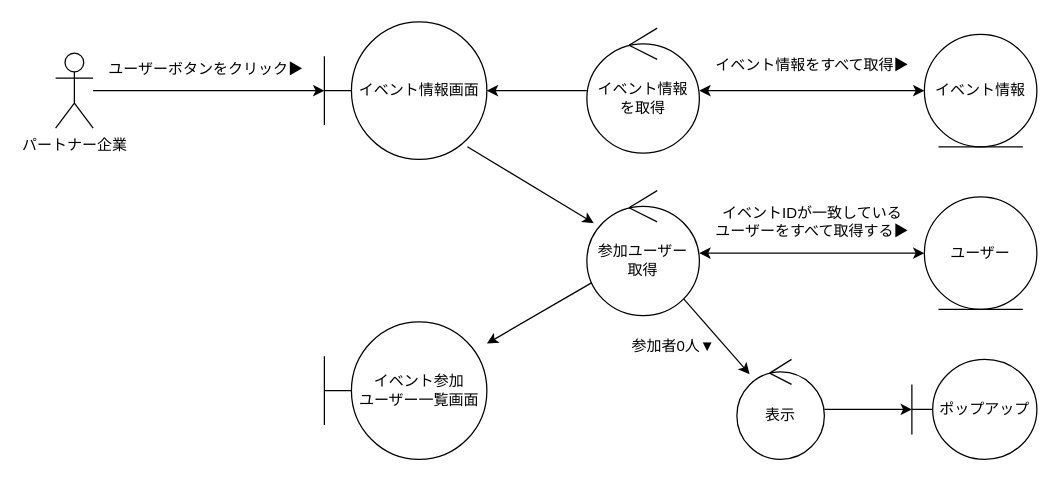
Above: page "参加ユーザー確認" (7 of 11) of out/ロバストネス図/パートナー企業-ロバストネス図.drawio in ksw2270227/GroupF (draw.io), before the change. Source tidied: cells renumbered, new cells numbered last; positions are measured from the earlier drawing's top-left corner, leaving out a move shared by most shapes. Both pictures are drawn from the tidied source at 125%, with x=0, y=0 at pixel (55, 21).
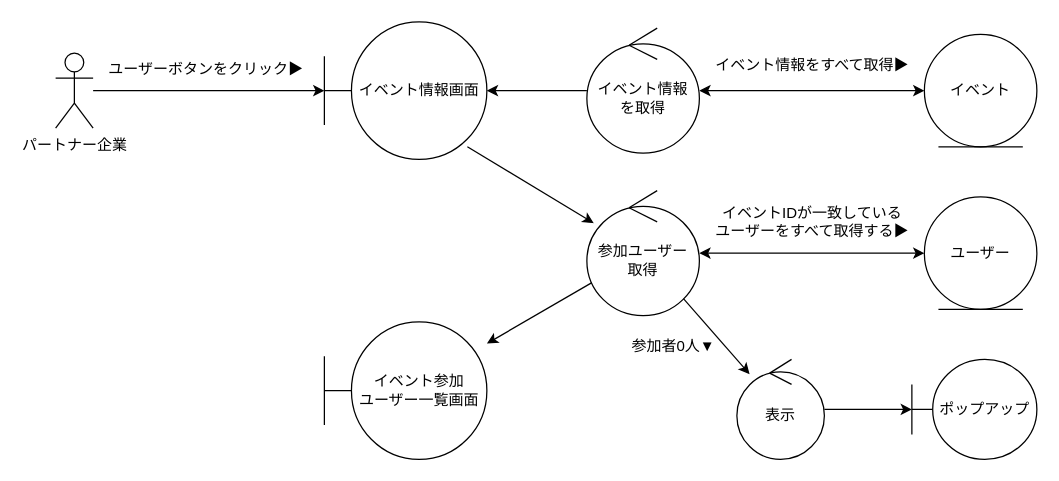
The same diagram, later.

The edit, as a diff of the source:
```diff
@@
-    <mxCell id="9" value="イベント情報" style="ellipse;shape=umlEntity;whiteSpace=wrap;html=1;" parent="1" vertex="1">
+    <mxCell id="9" value="イベント" style="ellipse;shape=umlEntity;whiteSpace=wrap;html=1;" parent="1" vertex="1">
       <mxGeometry x="695" y="10" width="90" height="90" as="geometry" />
     </mxCell>
```
